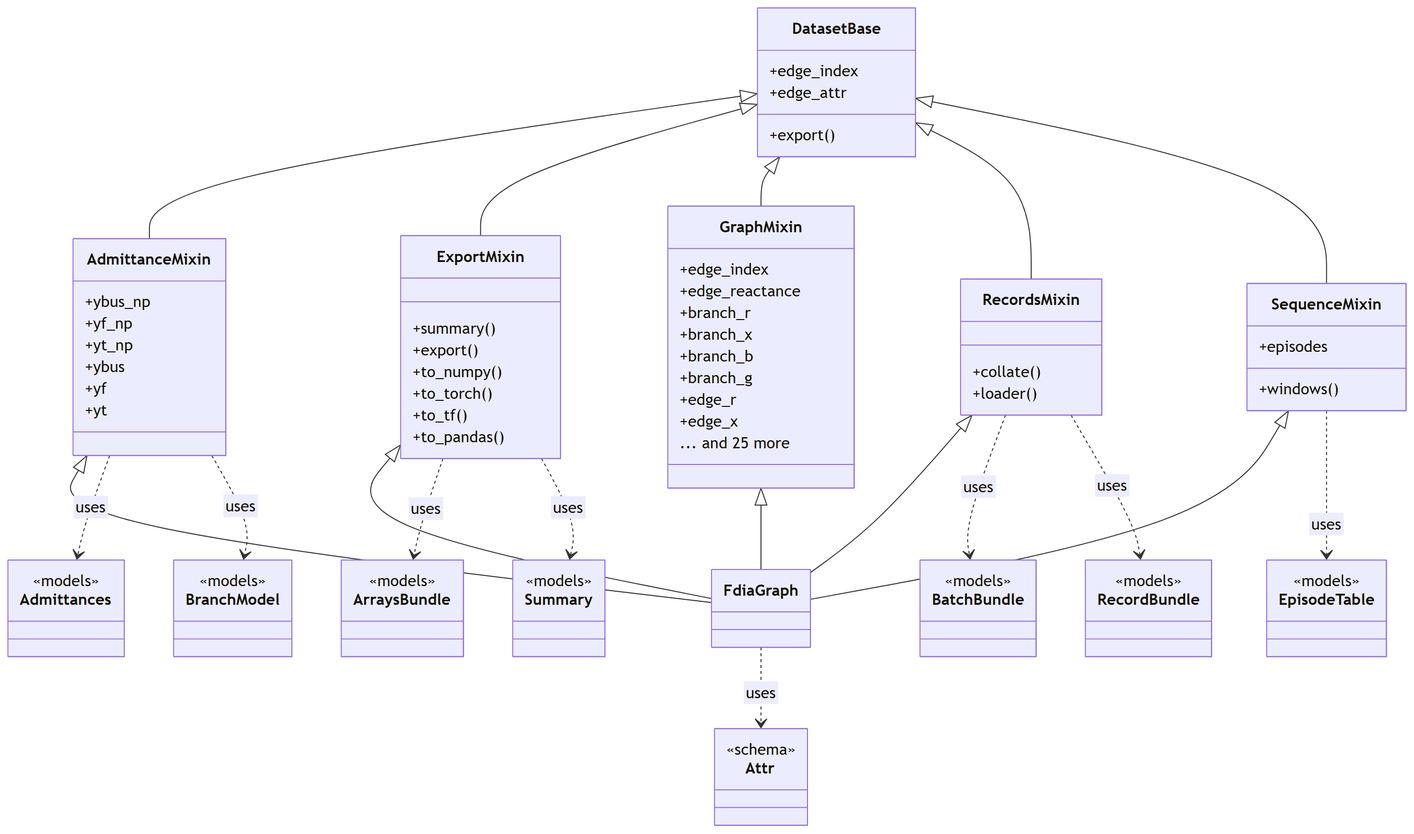
This is docs/figures/diagrams/classes_dataset.png from myersben9/fdia-graph, a Mermaid export, as it was before one commit. Its source is kept beside it as docs/figures/diagrams/classes_dataset.mmd.
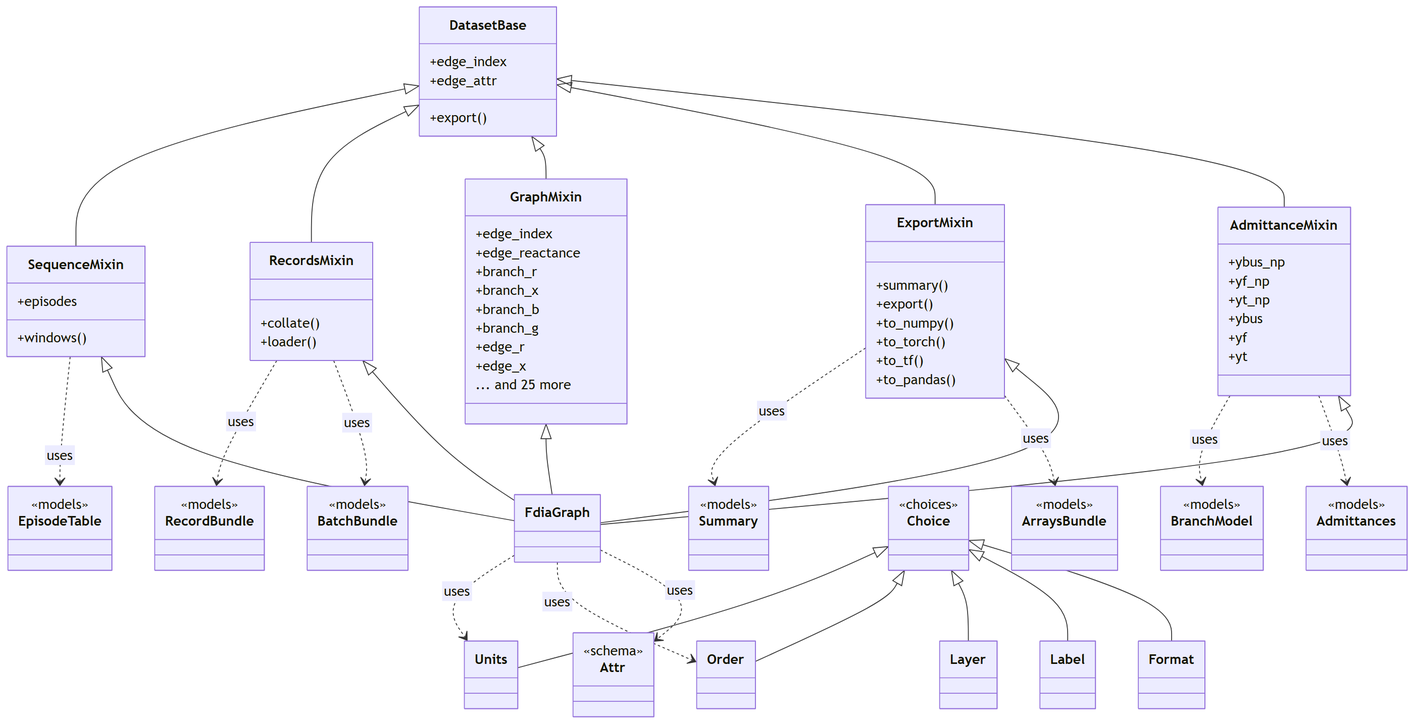
After the change.

Change to the diagram source:
```diff
@@ -1,4 +1,8 @@
 classDiagram
+    class Units {
+    }
+    class Order {
+    }
     class DatasetBase {
         +edge_index
         +edge_attr
@@ -27,6 +31,8 @@
         +collate()
         +loader()
     }
+    class Format {
+    }
     class ExportMixin {
         +summary()
         +export()
@@ -34,6 +40,10 @@
         +to_torch()
         +to_tf()
         +to_pandas()
+    }
+    class Label {
+    }
+    class Layer {
     }
     class SequenceMixin {
         +windows()
@@ -56,6 +66,9 @@
     class BranchModel {
         <<models>>
     }
+    class Choice {
+        <<choices>>
+    }
     class EpisodeTable {
         <<models>>
     }
@@ -66,6 +79,11 @@
         <<models>>
     }
     AdmittanceMixin <|-- FdiaGraph
+    Choice <|-- Format
+    Choice <|-- Label
+    Choice <|-- Layer
+    Choice <|-- Order
+    Choice <|-- Units
     DatasetBase <|-- AdmittanceMixin
     DatasetBase <|-- ExportMixin
     DatasetBase <|-- GraphMixin
@@ -80,6 +98,8 @@
     ExportMixin ..> ArraysBundle : uses
     ExportMixin ..> Summary : uses
     FdiaGraph ..> Attr : uses
+    FdiaGraph ..> Order : uses
+    FdiaGraph ..> Units : uses
     RecordsMixin ..> BatchBundle : uses
     RecordsMixin ..> RecordBundle : uses
     SequenceMixin ..> EpisodeTable : uses
```
